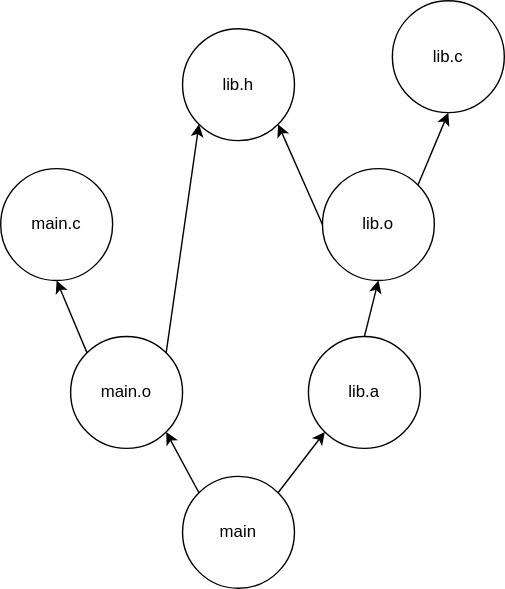
This is img/dependency_graph.drawio.svg from meroton/meroton.github.io, a draw.io export, as it was before one commit. Source tidied: cells renumbered, new cells last; positions are measured from the earlier drawing's top-left corner, leaving out a move shared by most shapes.
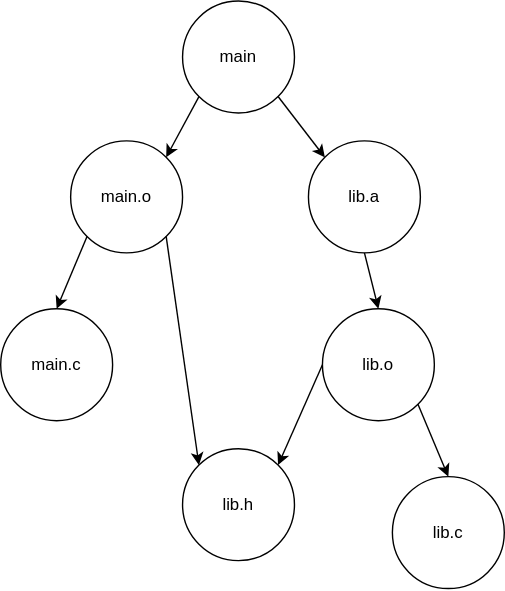
After the change.

Diff of the diagram source:
```diff
@@ -3,45 +3,45 @@
     <mxCell id="0" />
     <mxCell id="1" parent="0" />
     <mxCell id="2" value="main" style="ellipse;whiteSpace=wrap;html=1;" parent="1" vertex="1">
-      <mxGeometry x="130" y="340" width="80" height="80" as="geometry" />
+      <mxGeometry x="130" y="-30" width="80" height="80" as="geometry" />
     </mxCell>
     <mxCell id="3" value="&lt;div&gt;main.o&lt;/div&gt;" style="ellipse;whiteSpace=wrap;html=1;" parent="1" vertex="1">
-      <mxGeometry x="50" y="240" width="80" height="80" as="geometry" />
+      <mxGeometry x="50" y="70" width="80" height="80" as="geometry" />
     </mxCell>
     <mxCell id="4" value="&lt;div&gt;lib.o&lt;/div&gt;" style="ellipse;whiteSpace=wrap;html=1;" parent="1" vertex="1">
-      <mxGeometry x="230" y="120" width="80" height="80" as="geometry" />
+      <mxGeometry x="230" y="190" width="80" height="80" as="geometry" />
     </mxCell>
     <mxCell id="5" value="lib.h" style="ellipse;whiteSpace=wrap;html=1;" parent="1" vertex="1">
-      <mxGeometry x="130" y="20" width="80" height="80" as="geometry" />
+      <mxGeometry x="130" y="290" width="80" height="80" as="geometry" />
     </mxCell>
     <mxCell id="6" value="main.c" style="ellipse;whiteSpace=wrap;html=1;" parent="1" vertex="1">
-      <mxGeometry y="120" width="80" height="80" as="geometry" />
+      <mxGeometry y="190" width="80" height="80" as="geometry" />
     </mxCell>
     <mxCell id="7" value="lib.c" style="ellipse;whiteSpace=wrap;html=1;" parent="1" vertex="1">
-      <mxGeometry x="280" width="80" height="80" as="geometry" />
+      <mxGeometry x="280" y="310" width="80" height="80" as="geometry" />
     </mxCell>
-    <mxCell id="8" style="endArrow=classic;html=1;rounded=0;exitX=0;exitY=0.5;exitDx=0;exitDy=0;entryX=1;entryY=1;entryDx=0;entryDy=0;" parent="1" edge="1" source="4" target="5">
+    <mxCell id="8" style="endArrow=classic;html=1;rounded=0;exitX=0;exitY=0.5;exitDx=0;exitDy=0;entryX=1;entryY=0;entryDx=0;entryDy=0;" parent="1" edge="1" source="4" target="5">
       <mxGeometry relative="1" as="geometry" />
     </mxCell>
-    <mxCell id="9" style="endArrow=classic;html=1;rounded=0;exitX=0;exitY=0;exitDx=0;exitDy=0;entryX=0.5;entryY=1;entryDx=0;entryDy=0;" parent="1" edge="1" source="3" target="6">
+    <mxCell id="9" style="endArrow=classic;html=1;rounded=0;exitX=0;exitY=1;exitDx=0;exitDy=0;entryX=0.5;entryY=0;entryDx=0;entryDy=0;" parent="1" edge="1" source="3" target="6">
       <mxGeometry relative="1" as="geometry" />
     </mxCell>
-    <mxCell id="10" style="endArrow=classic;html=1;rounded=0;exitX=0;exitY=0;exitDx=0;exitDy=0;entryX=1;entryY=1;entryDx=0;entryDy=0;" parent="1" edge="1" source="2" target="3">
+    <mxCell id="10" style="endArrow=classic;html=1;rounded=0;exitX=0;exitY=1;exitDx=0;exitDy=0;entryX=1;entryY=0;entryDx=0;entryDy=0;" parent="1" edge="1" source="2" target="3">
       <mxGeometry relative="1" as="geometry" />
     </mxCell>
-    <mxCell id="11" style="endArrow=classic;html=1;rounded=0;exitX=1;exitY=0;exitDx=0;exitDy=0;entryX=0;entryY=1;entryDx=0;entryDy=0;" parent="1" edge="1" source="3" target="5">
+    <mxCell id="11" style="endArrow=classic;html=1;rounded=0;exitX=1;exitY=1;exitDx=0;exitDy=0;entryX=0;entryY=0;entryDx=0;entryDy=0;" parent="1" edge="1" source="3" target="5">
       <mxGeometry relative="1" as="geometry" />
     </mxCell>
-    <mxCell id="12" style="endArrow=classic;html=1;rounded=0;exitX=1;exitY=0;exitDx=0;exitDy=0;entryX=0;entryY=1;entryDx=0;entryDy=0;" parent="1" edge="1" source="2" target="14">
+    <mxCell id="12" style="endArrow=classic;html=1;rounded=0;exitX=1;exitY=1;exitDx=0;exitDy=0;entryX=0;entryY=0;entryDx=0;entryDy=0;" parent="1" edge="1" source="2" target="14">
       <mxGeometry relative="1" as="geometry" />
     </mxCell>
-    <mxCell id="13" style="endArrow=classic;html=1;rounded=0;entryX=0.5;entryY=1;entryDx=0;entryDy=0;exitX=1;exitY=0;exitDx=0;exitDy=0;" parent="1" edge="1" source="4" target="7">
+    <mxCell id="13" style="endArrow=classic;html=1;rounded=0;entryX=0.5;entryY=0;entryDx=0;entryDy=0;exitX=1;exitY=1;exitDx=0;exitDy=0;" parent="1" edge="1" source="4" target="7">
       <mxGeometry relative="1" as="geometry" />
     </mxCell>
     <mxCell id="14" value="lib.a" style="ellipse;whiteSpace=wrap;html=1;" parent="1" vertex="1">
-      <mxGeometry x="220" y="240" width="80" height="80" as="geometry" />
+      <mxGeometry x="220" y="70" width="80" height="80" as="geometry" />
     </mxCell>
-    <mxCell id="15" style="endArrow=classic;html=1;rounded=0;entryX=0.5;entryY=1;entryDx=0;entryDy=0;exitX=0.5;exitY=0;exitDx=0;exitDy=0;" parent="1" edge="1" source="14" target="4">
+    <mxCell id="15" style="endArrow=classic;html=1;rounded=0;entryX=0.5;entryY=0;entryDx=0;entryDy=0;exitX=0.5;exitY=1;exitDx=0;exitDy=0;" parent="1" edge="1" source="14" target="4">
       <mxGeometry relative="1" as="geometry" />
     </mxCell>
   </root>
```
